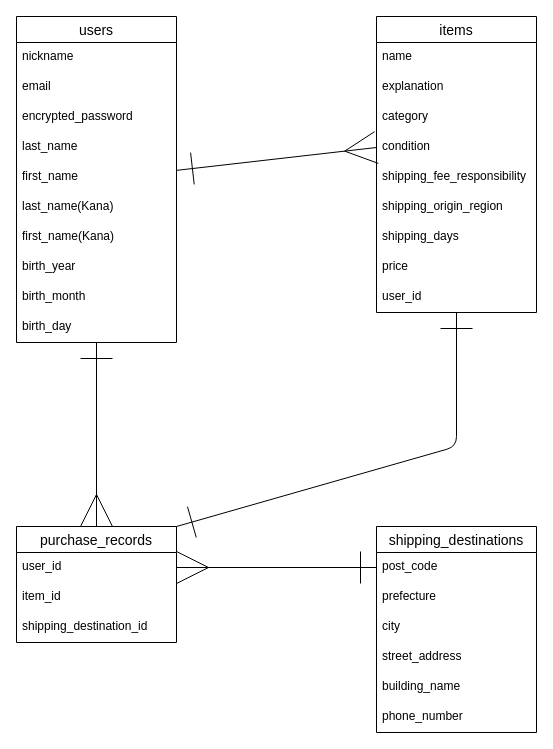
This is test.dio from kh00x10a/furima-39339, a draw.io file, before an edit. Source tidied: cells renumbered, new cells numbered last; positions are measured from the earlier drawing's top-left corner, leaving out a move shared by most shapes. Both pictures are drawn from the tidied source at 100%, with x=0, y=0 at pixel (16, 16).
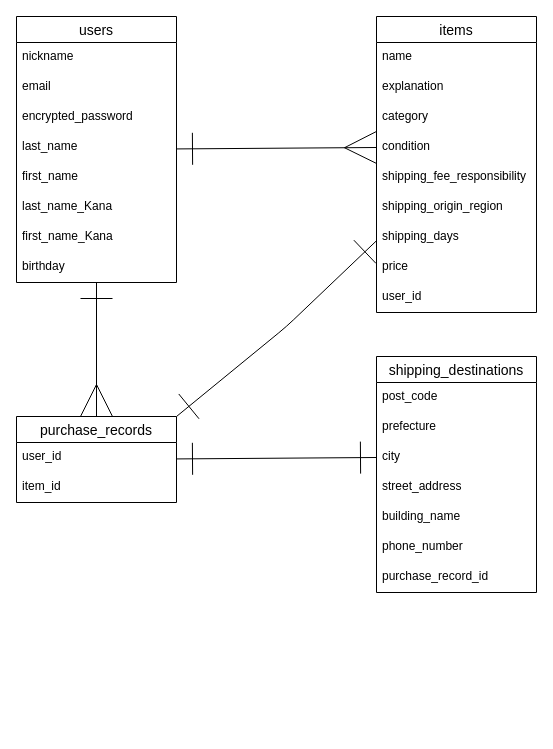
Above is the later version.

Unchanged cells that the change refers to:
```xml
<mxCell id="16" value="items" style="swimlane;fontStyle=0;horizontal=1;startSize=26;align=center;fontSize=14;" parent="1" vertex="1">
  <mxGeometry x="360" width="160" height="296" as="geometry" />
</mxCell>
<mxCell id="27" value="user_id" style="text;strokeColor=none;fillColor=none;spacingLeft=4;spacingRight=4;overflow=hidden;points=[[0,0.5],[1,0.5]];portConstraint=eastwest;fontSize=12;" parent="26" vertex="1">
  <mxGeometry y="26" width="160" height="30" as="geometry" />
</mxCell>
<mxCell id="31" value="post_code" style="text;strokeColor=none;fillColor=none;spacingLeft=4;spacingRight=4;overflow=hidden;points=[[0,0.5],[1,0.5]];portConstraint=eastwest;fontSize=12;" parent="30" vertex="1">
  <mxGeometry y="26" width="160" height="30" as="geometry" />
</mxCell>
<mxCell id="33" value="city" style="text;strokeColor=none;fillColor=none;spacingLeft=4;spacingRight=4;overflow=hidden;points=[[0,0.5],[1,0.5]];portConstraint=eastwest;fontSize=12;" parent="30" vertex="1">
  <mxGeometry y="86" width="160" height="30" as="geometry" />
</mxCell>
```

Diff of the diagram source:
```diff
@@
     <mxCell id="4" value="users" style="swimlane;fontStyle=0;horizontal=1;startSize=26;align=center;fontSize=14;" parent="1" vertex="1">
-      <mxGeometry width="160" height="326" as="geometry" />
+      <mxGeometry width="160" height="266" as="geometry" />
     </mxCell>
@@
-    <mxCell id="10" value="last_name(Kana)" style="text;strokeColor=none;fillColor=none;spacingLeft=4;spacingRight=4;overflow=hidden;fontSize=12;" parent="4" vertex="1">
+    <mxCell id="10" value="last_name_Kana" style="text;strokeColor=none;fillColor=none;spacingLeft=4;spacingRight=4;overflow=hidden;fontSize=12;" parent="4" vertex="1">
       <mxGeometry y="176" width="160" height="30" as="geometry" />
     </mxCell>
-    <mxCell id="11" value="first_name(Kana)" style="text;strokeColor=none;fillColor=none;spacingLeft=4;spacingRight=4;overflow=hidden;fontSize=12;" parent="4" vertex="1">
+    <mxCell id="11" value="first_name_Kana" style="text;strokeColor=none;fillColor=none;spacingLeft=4;spacingRight=4;overflow=hidden;fontSize=12;" parent="4" vertex="1">
       <mxGeometry y="206" width="160" height="30" as="geometry" />
     </mxCell>
-    <mxCell id="12" value="birth_year" style="text;strokeColor=none;fillColor=none;spacingLeft=4;spacingRight=4;overflow=hidden;fontSize=12;" parent="4" vertex="1">
+    <mxCell id="12" value="birthday" style="text;strokeColor=none;fillColor=none;spacingLeft=4;spacingRight=4;overflow=hidden;fontSize=12;" parent="4" vertex="1">
       <mxGeometry y="236" width="160" height="30" as="geometry" />
     </mxCell>
-    <mxCell id="13" value="birth_month" style="text;strokeColor=none;fillColor=none;spacingLeft=4;spacingRight=4;overflow=hidden;fontSize=12;" parent="4" vertex="1">
-      <mxGeometry y="266" width="160" height="30" as="geometry" />
-    </mxCell>
-    <mxCell id="14" value="birth_day" style="text;strokeColor=none;fillColor=none;spacingLeft=4;spacingRight=4;overflow=hidden;fontSize=12;" parent="4" vertex="1">
-      <mxGeometry y="296" width="160" height="30" as="geometry" />
-    </mxCell>
     <mxCell id="15" style="edgeStyle=none;html=1;entryX=1;entryY=0;entryDx=0;entryDy=0;startArrow=ERone;startFill=0;endArrow=ERone;endFill=0;startSize=30;endSize=30;" parent="1" edge="1" source="16" target="26">
       <mxGeometry relative="1" as="geometry">
         <Array as="points">
-          <mxPoint x="440" y="430" />
+          <mxPoint x="270" y="310" />
         </Array>
       </mxGeometry>
     </mxCell>
@@
+    <mxCell id="38" style="edgeStyle=none;html=1;entryX=0;entryY=0.5;entryDx=0;entryDy=0;startArrow=ERone;startFill=0;endArrow=ERone;endFill=0;startSize=30;endSize=30;" parent="1" edge="1" source="26" target="33">
+      <mxGeometry relative="1" as="geometry" />
+    </mxCell>
     <mxCell id="26" value="purchase_records" style="swimlane;fontStyle=0;horizontal=1;startSize=26;align=center;fontSize=14;" parent="1" vertex="1">
-      <mxGeometry y="510" width="160" height="116" as="geometry" />
+      <mxGeometry y="400" width="160" height="86" as="geometry" />
     </mxCell>
@@
-    <mxCell id="29" value="shipping_destination_id" style="text;strokeColor=none;fillColor=none;spacingLeft=4;spacingRight=4;overflow=hidden;fontSize=12;" parent="26" vertex="1">
-      <mxGeometry y="86" width="160" height="30" as="geometry" />
-    </mxCell>
     <mxCell id="30" value="shipping_destinations" style="swimlane;fontStyle=0;horizontal=1;startSize=26;align=center;fontSize=14;" parent="1" vertex="1">
-      <mxGeometry x="360" y="510" width="160" height="206" as="geometry" />
+      <mxGeometry x="360" y="340" width="160" height="236" as="geometry" />
     </mxCell>
@@
-    <mxCell id="37" style="edgeStyle=none;html=1;entryX=0;entryY=0.5;entryDx=0;entryDy=0;startArrow=ERmany;startFill=0;endArrow=ERone;endFill=0;startSize=30;endSize=30;" parent="1" edge="1" source="27" target="31">
-      <mxGeometry relative="1" as="geometry" />
-    </mxCell>
+    <mxCell id="39" value="purchase_record_id" style="text;strokeColor=none;fillColor=none;spacingLeft=4;spacingRight=4;overflow=hidden;fontSize=12;" parent="30" vertex="1">
+      <mxGeometry y="206" width="160" height="30" as="geometry" />
+    </mxCell>
```
